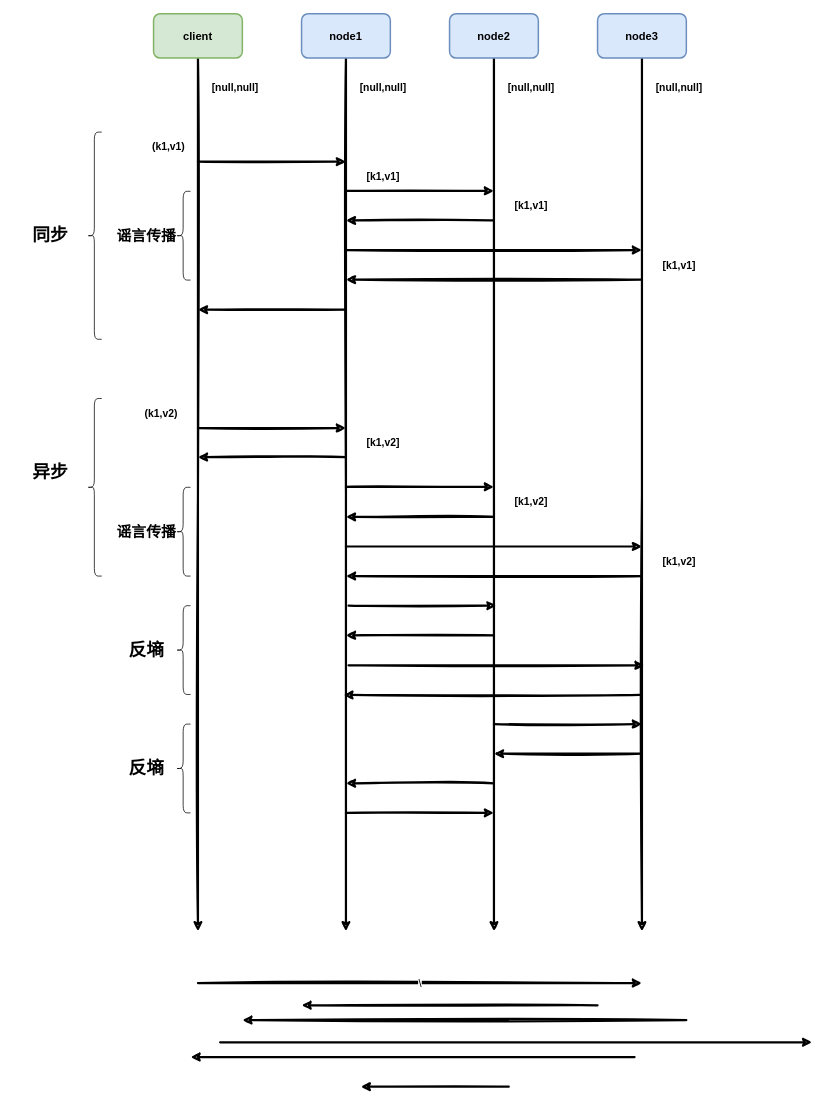
The draw.io diagram distributed/gossip-1.drawio in donscoco/diagrams, before the edit. Source tidied: cells renumbered, new cells numbered last; positions are measured from the earlier drawing's top-left corner, leaving out a move shared by most shapes. Both pictures are drawn from the tidied source at 74%, with x=0, y=0 at pixel (13, 13).
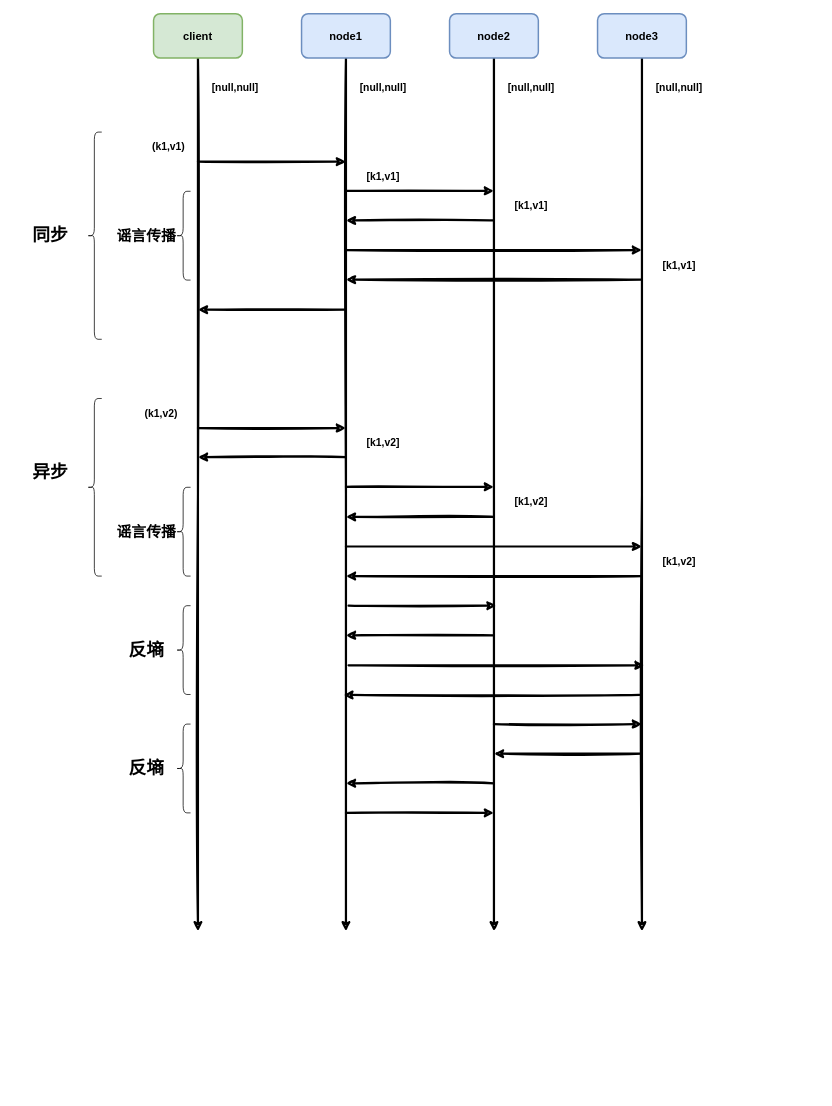
After the change.

Change to the diagram source:
```diff
@@
-    <mxCell id="18" value="\" style="endArrow=classic;html=1;rounded=0;sketch=1;strokeWidth=3;fontSize=15;" parent="1" edge="1">
-      <mxGeometry relative="1" as="geometry">
-        <mxPoint x="250" y="1310" as="sourcePoint" />
-        <mxPoint x="850" y="1310" as="targetPoint" />
-      </mxGeometry>
-    </mxCell>
@@
-    <mxCell id="23" style="endArrow=classic;html=1;rounded=0;sketch=1;strokeWidth=3;fontSize=15;fillColor=#ffe6cc;strokeColor=#000000;" parent="1" edge="1">
-      <mxGeometry relative="1" as="geometry">
-        <mxPoint x="280" y="1390" as="sourcePoint" />
-        <mxPoint x="1080" y="1390" as="targetPoint" />
-      </mxGeometry>
-    </mxCell>
@@
-    <mxCell id="26" style="endArrow=classic;html=1;rounded=0;sketch=1;strokeWidth=3;fontSize=15;" parent="1" edge="1">
-      <mxGeometry relative="1" as="geometry">
-        <mxPoint x="840" y="1410" as="sourcePoint" />
-        <mxPoint x="240" y="1410" as="targetPoint" />
-      </mxGeometry>
-    </mxCell>
-    <mxCell id="27" style="endArrow=classic;html=1;rounded=0;sketch=1;strokeWidth=3;fontSize=15;" parent="1" edge="1">
-      <mxGeometry relative="1" as="geometry">
-        <mxPoint x="910" y="1360" as="sourcePoint" />
-        <mxPoint x="310" y="1360" as="targetPoint" />
-      </mxGeometry>
-    </mxCell>
-    <mxCell id="28" style="endArrow=classic;html=1;rounded=0;sketch=1;strokeWidth=3;fontSize=15;" parent="1" edge="1">
-      <mxGeometry relative="1" as="geometry">
-        <mxPoint x="790" y="1340" as="sourcePoint" />
-        <mxPoint x="390" y="1340" as="targetPoint" />
-      </mxGeometry>
-    </mxCell>
-    <mxCell id="29" style="endArrow=classic;html=1;rounded=0;sketch=1;strokeWidth=3;fontSize=15;" parent="1" edge="1">
-      <mxGeometry relative="1" as="geometry">
-        <mxPoint x="670" y="1450" as="sourcePoint" />
-        <mxPoint x="470" y="1450" as="targetPoint" />
-      </mxGeometry>
-    </mxCell>
```
